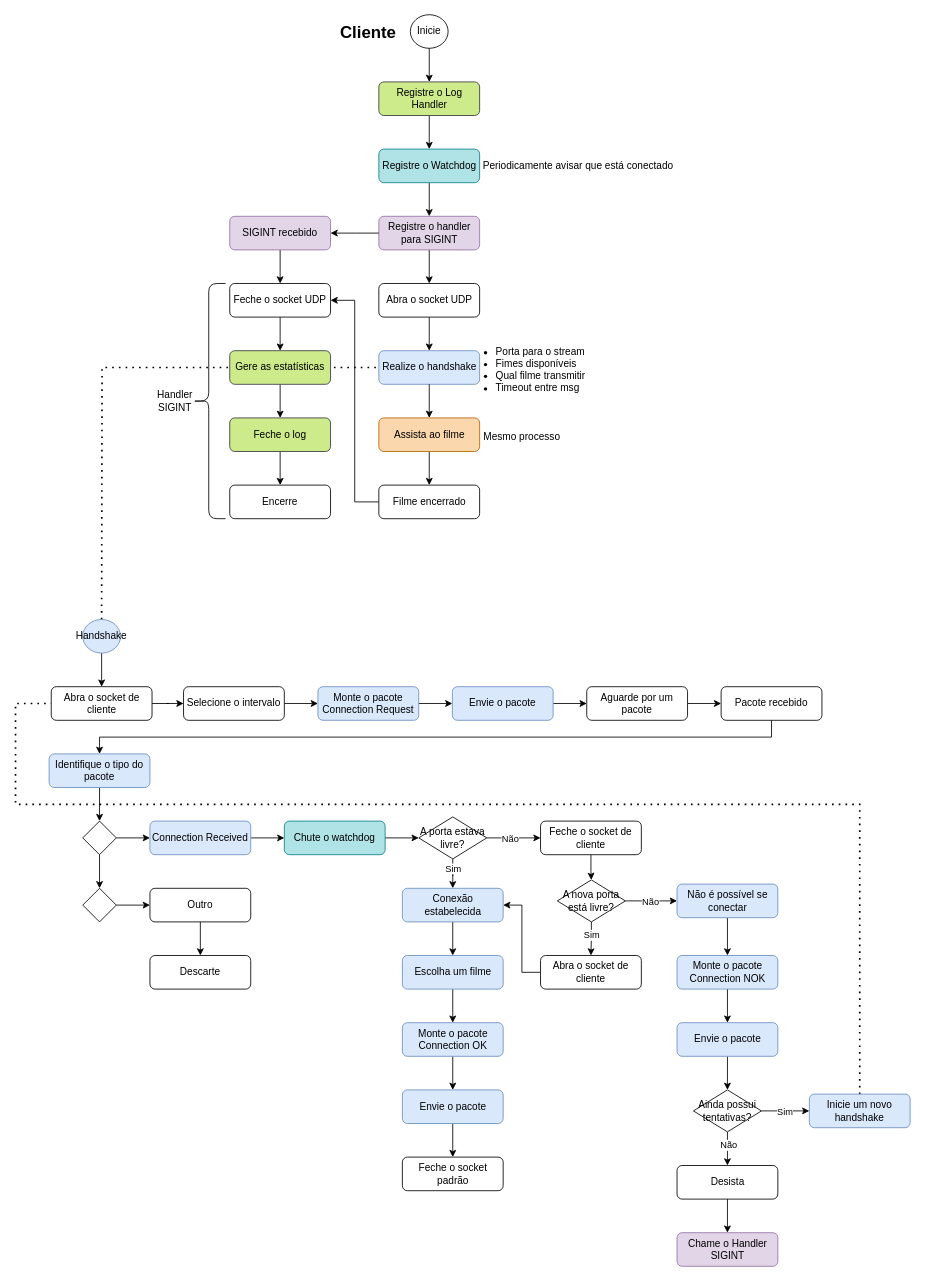
Before: page "Cliente" (2 of 7) of client-server.drawio in nico-ig/UDP-Video-Streaming, a draw.io diagram. Source tidied: cells renumbered, new cells numbered last; positions are measured from the earlier drawing's top-left corner, leaving out a move shared by most shapes. Both pictures are drawn from the tidied source at 84%, with x=0, y=0 at pixel (15, 14).
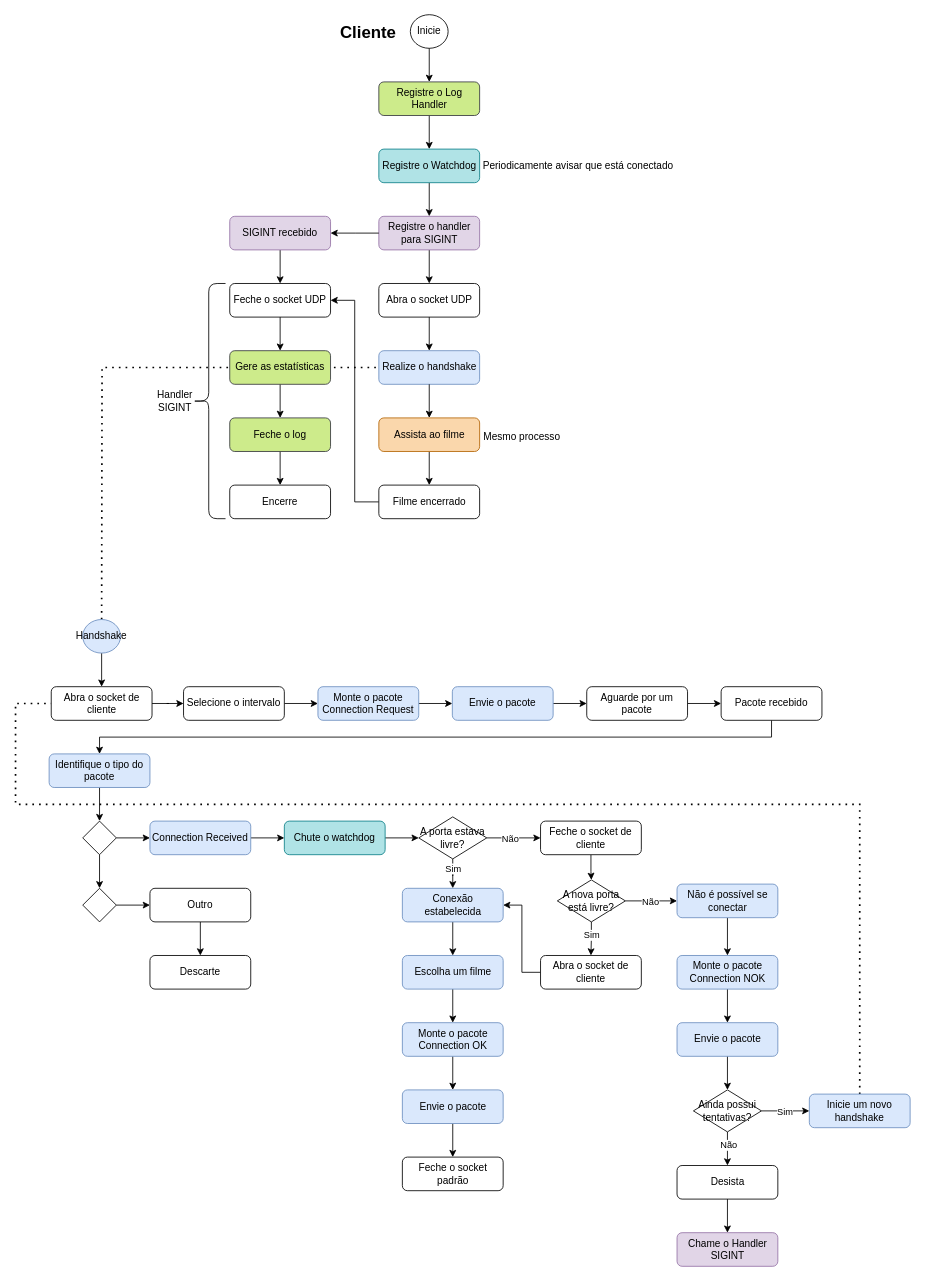
The same page after the edit.

Change to the diagram source:
```diff
@@
-    <mxCell id="4" value="&lt;ul&gt;&lt;li&gt;Porta para o stream&lt;/li&gt;&lt;li&gt;Fimes disponíveis&lt;/li&gt;&lt;li&gt;Qual filme transmitir&lt;/li&gt;&lt;li&gt;Timeout entre msg&lt;br&gt;&lt;/li&gt;&lt;/ul&gt;" style="text;strokeColor=none;fillColor=none;html=1;whiteSpace=wrap;verticalAlign=middle;overflow=hidden;" parent="1" vertex="1">
-      <mxGeometry x="530" y="380" width="160" height="80" as="geometry" />
-    </mxCell>
```
